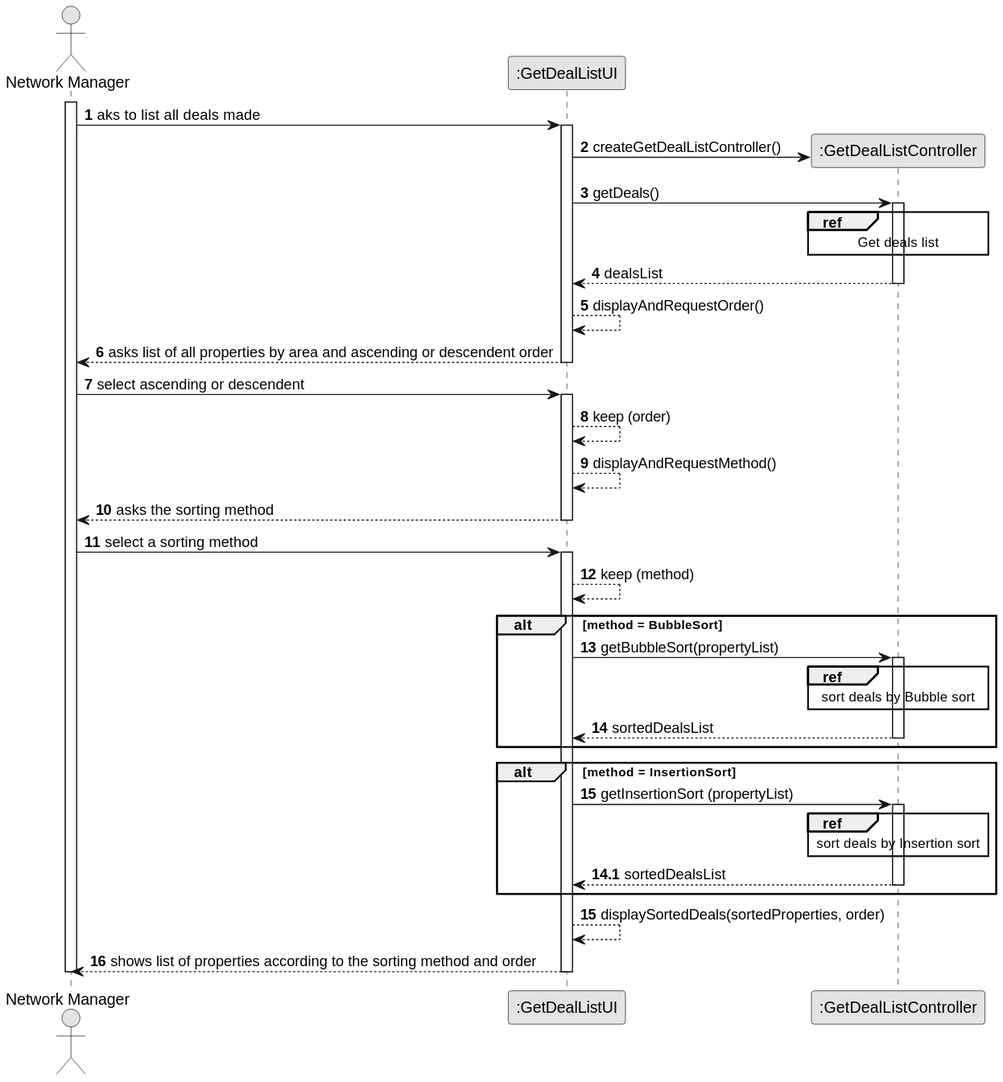
Earlier version of the PlantUML export docs/sprintD/us017/03.design/svg/us017-sequence-diagram-split.svg (Shushizinho/RealEstateUSASystem).
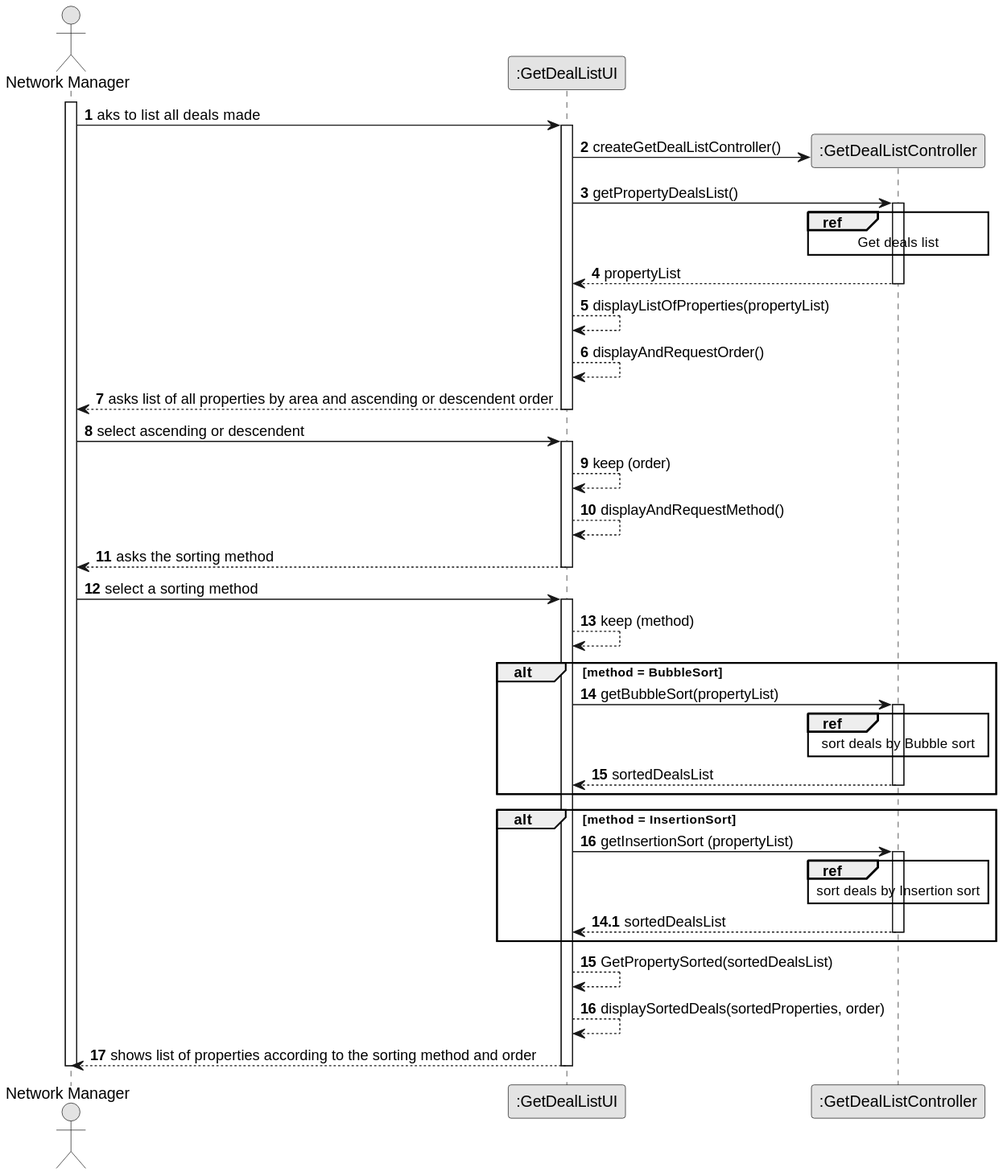
The same file after the commit.

Change to the diagram source:
```diff
@@ -19,16 +19,18 @@
     activate UI
     UI -> CTRL** : createGetDealListController()
 
-    UI -> CTRL : getDeals()
+    UI -> CTRL : getPropertyDealsList()
     activate CTRL
     ref over CTRL
     Get deals list
     end ref
     autonumber 4
-    CTRL --> UI : dealsList
+    CTRL --> UI : propertyList
 
 
     deactivate CTRL
+
+    UI --> UI : displayListOfProperties(propertyList)
 
     UI --> UI : displayAndRequestOrder()
 
@@ -79,6 +81,9 @@
         deactivate CTRL
 
 
+
+    UI --> UI : GetPropertySorted(sortedDealsList)
+
     UI --> UI : displaySortedDeals(sortedProperties, order)
 
     UI --> NM : shows list of properties according to the sorting method and order
```
